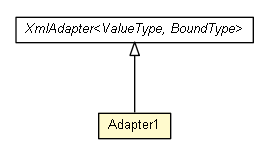
Before: apidocs/org/w3/_2001/xmlschema/Adapter1.png, a diagram exported from Graphviz (trajano/app). Its source is kept beside it as apidocs/org/w3/_2001/xmlschema/Adapter1.dot.
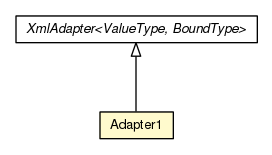
Above is the later version.

The edit, as a diff of the source:
```diff
@@ -1,18 +1,18 @@
 
 digraph G {
-	edge [fontname="arial",fontsize=10,labelfontname="arial",labelfontsize=10];
-	node [fontname="arial",fontsize=10,shape=plaintext];
+	edge [fontname="Helvetica",fontsize=10,labelfontname="Helvetica",labelfontsize=10];
+	node [fontname="Helvetica",fontsize=10,shape=plaintext];
 	nodesep=0.25;
 	ranksep=0.5;
-	c220 [label=<<table title="org.w3._2001.xmlschema.Adapter1" border="0" cellborder="1" cellspacing="0" cellpadding="2" port="p" bgcolor="lemonChiffon" href="./Adapter1.html">
+	c228 [label=<<table title="org.w3._2001.xmlschema.Adapter1" border="0" cellborder="1" cellspacing="0" cellpadding="2" port="p" bgcolor="lemonChiffon" href="./Adapter1.html">
 		<tr><td><table border="0" cellspacing="0" cellpadding="1">
 <tr><td align="center" balign="center"> Adapter1 </td></tr>
 		</table></td></tr>
-		</table>>, URL="./Adapter1.html", fontname="arial", fontcolor="black", fontsize=10.0];
-	c224:p -> c220:p [dir=back,arrowtail=empty];
-	c224 [label=<<table title="javax.xml.bind.annotation.adapters.XmlAdapter" border="0" cellborder="1" cellspacing="0" cellpadding="2" port="p" href="http://java.sun.com/j2se/1.4.2/docs/api/javax/xml/bind/annotation/adapters/XmlAdapter.html">
+		</table>>, URL="./Adapter1.html", fontname="Helvetica", fontcolor="black", fontsize=10.0];
+	c232:p -> c228:p [dir=back,arrowtail=empty];
+	c232 [label=<<table title="javax.xml.bind.annotation.adapters.XmlAdapter" border="0" cellborder="1" cellspacing="0" cellpadding="2" port="p" href="http://java.sun.com/j2se/1.4.2/docs/api/javax/xml/bind/annotation/adapters/XmlAdapter.html">
 		<tr><td><table border="0" cellspacing="0" cellpadding="1">
-<tr><td align="center" balign="center"><font face="arial italic"> XmlAdapter&lt;ValueType, BoundType&gt; </font></td></tr>
+<tr><td align="center" balign="center"><font face="Helvetica-Oblique"> XmlAdapter&lt;ValueType, BoundType&gt; </font></td></tr>
 		</table></td></tr>
-		</table>>, URL="http://java.sun.com/j2se/1.4.2/docs/api/javax/xml/bind/annotation/adapters/XmlAdapter.html", fontname="arial", fontcolor="black", fontsize=10.0];
+		</table>>, URL="http://java.sun.com/j2se/1.4.2/docs/api/javax/xml/bind/annotation/adapters/XmlAdapter.html", fontname="Helvetica", fontcolor="black", fontsize=10.0];
 }
```
